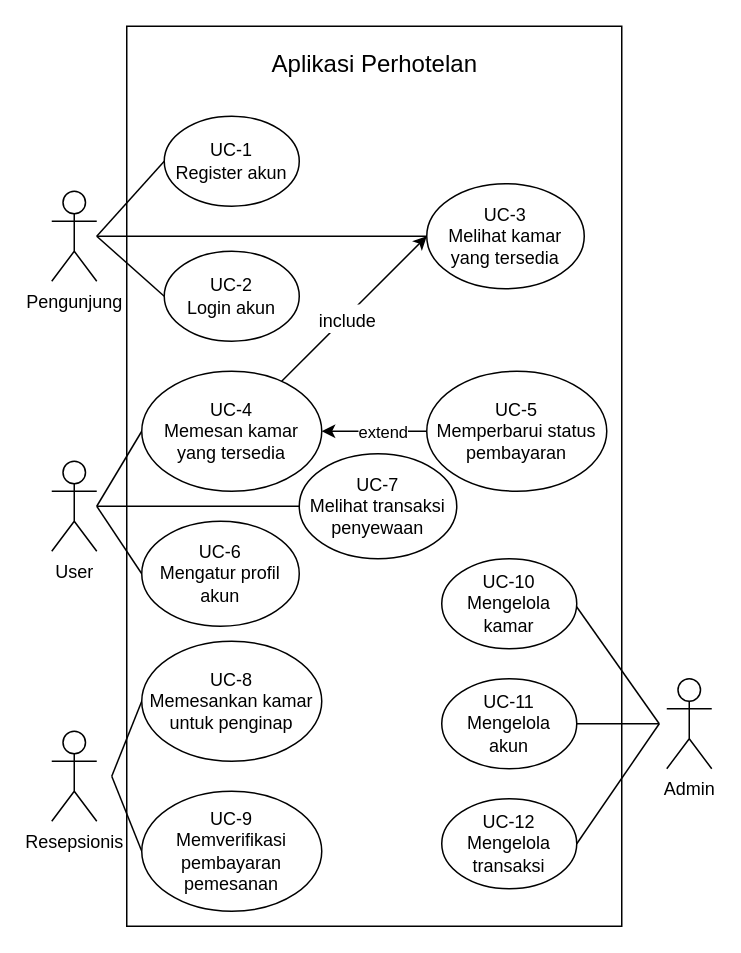
timmtimm/cozy-inn keeps this draw.io diagram as page "UCD" (2 of 2) of document/diagram.drawio. Above is the earlier version. Source tidied: cells renumbered, new cells numbered last; positions are measured from the earlier drawing's top-left corner, leaving out a move shared by most shapes. Both pictures are drawn from the tidied source at 150%, with x=0, y=0 at pixel (51, 26).
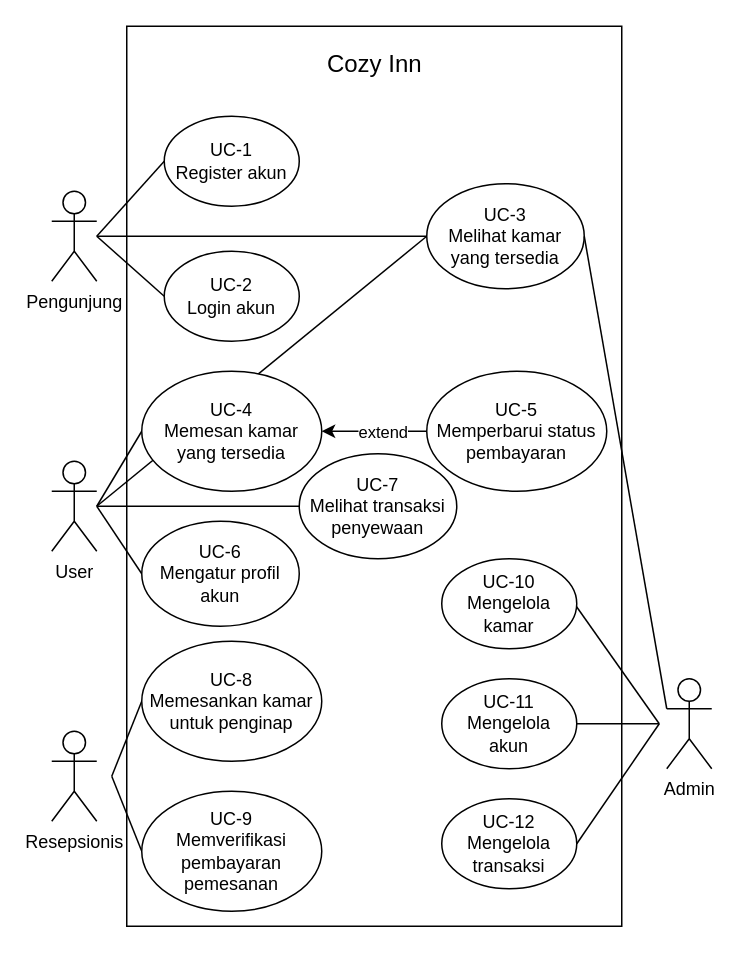
The same diagram, later.

Unchanged cells that the change refers to:
```xml
<mxCell id="12" value="Admin" style="shape=umlActor;verticalLabelPosition=bottom;verticalAlign=top;html=1;outlineConnect=0;" parent="1" vertex="1">
  <mxGeometry x="410" y="435" width="30" height="60" as="geometry" />
</mxCell>
<mxCell id="19" value="UC-3&lt;br&gt;Melihat kamar yang tersedia" style="ellipse;whiteSpace=wrap;html=1;" parent="1" vertex="1">
  <mxGeometry x="250" y="105" width="105" height="70" as="geometry" />
</mxCell>
<mxCell id="23" value="UC-4&lt;br&gt;Memesan kamar yang tersedia" style="ellipse;whiteSpace=wrap;html=1;" parent="1" vertex="1">
  <mxGeometry x="60" y="230" width="120" height="80" as="geometry" />
</mxCell>
```

What changed in the source:
```diff
@@
+    <mxCell id="35" style="rounded=0;jettySize=auto;html=1;entryX=0;entryY=0.5;entryDx=0;entryDy=0;endArrow=none;endFill=0;" parent="1" edge="1" target="19">
+      <mxGeometry relative="1" as="geometry">
+        <mxPoint x="30" y="320" as="sourcePoint" />
+      </mxGeometry>
+    </mxCell>
@@
-    <mxCell id="21" style="edgeStyle=none;rounded=0;jettySize=auto;html=1;entryX=0;entryY=0.5;entryDx=0;entryDy=0;fontSize=16;endArrow=classic;endFill=1;" parent="1" edge="1" source="23" target="19">
-      <mxGeometry relative="1" as="geometry" />
-    </mxCell>
-    <mxCell id="22" value="&lt;font style=&quot;font-size: 12px;&quot;&gt;include&lt;/font&gt;" style="edgeLabel;html=1;align=center;verticalAlign=middle;fontSize=16;" parent="21" vertex="1">
-      <mxGeometry x="-0.12" y="-1" relative="1" as="geometry" />
-    </mxCell>
@@
-    <mxCell id="33" value="&lt;font style=&quot;font-size: 16px;&quot;&gt;Aplikasi Perhotelan&lt;/font&gt;" style="text;html=1;strokeColor=none;fillColor=none;align=center;verticalAlign=middle;whiteSpace=wrap;rounded=0;" parent="1" vertex="1">
+    <mxCell id="33" value="&lt;font style=&quot;font-size: 16px;&quot;&gt;Cozy Inn&lt;/font&gt;" style="text;html=1;strokeColor=none;fillColor=none;align=center;verticalAlign=middle;whiteSpace=wrap;rounded=0;" parent="1" vertex="1">
       <mxGeometry x="137.5" y="10" width="155" height="30" as="geometry" />
     </mxCell>
@@
+    <mxCell id="36" style="rounded=0;jettySize=auto;html=1;entryX=1;entryY=0.5;entryDx=0;entryDy=0;endArrow=none;endFill=0;exitX=0;exitY=0.3333333333333333;exitDx=0;exitDy=0;exitPerimeter=0;" parent="1" edge="1" source="12" target="19">
+      <mxGeometry relative="1" as="geometry" />
+    </mxCell>
```
